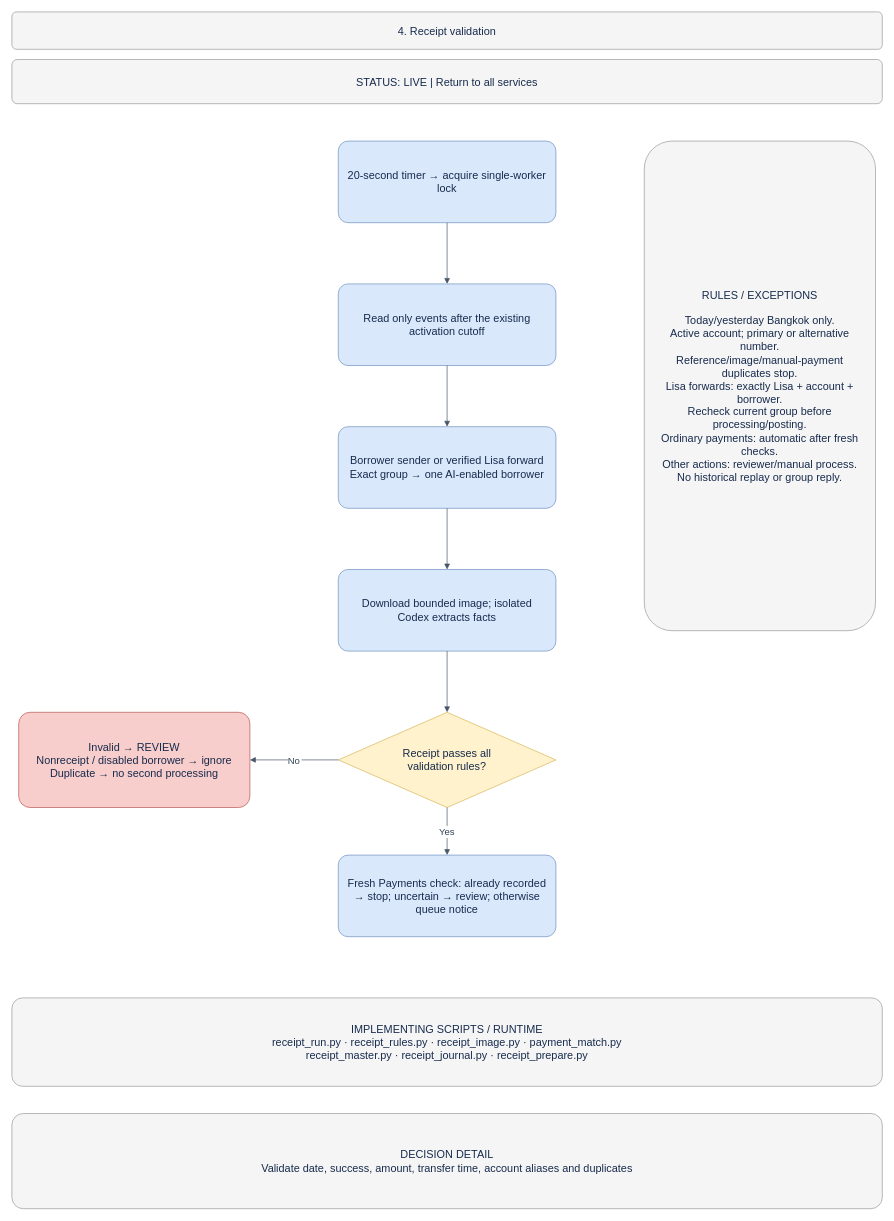
The draw.io diagram page "04 · Receipt validation" (4 of 18) of docs/BUSINESS_PROCESS.drawio in welct0407/MW-Credit-App, before the edit. Source tidied: cells renumbered, new cells numbered last; positions are measured from the earlier drawing's top-left corner, leaving out a move shared by most shapes. Both pictures are drawn from the tidied source at 68%, with x=0, y=0 at pixel (12, 12).
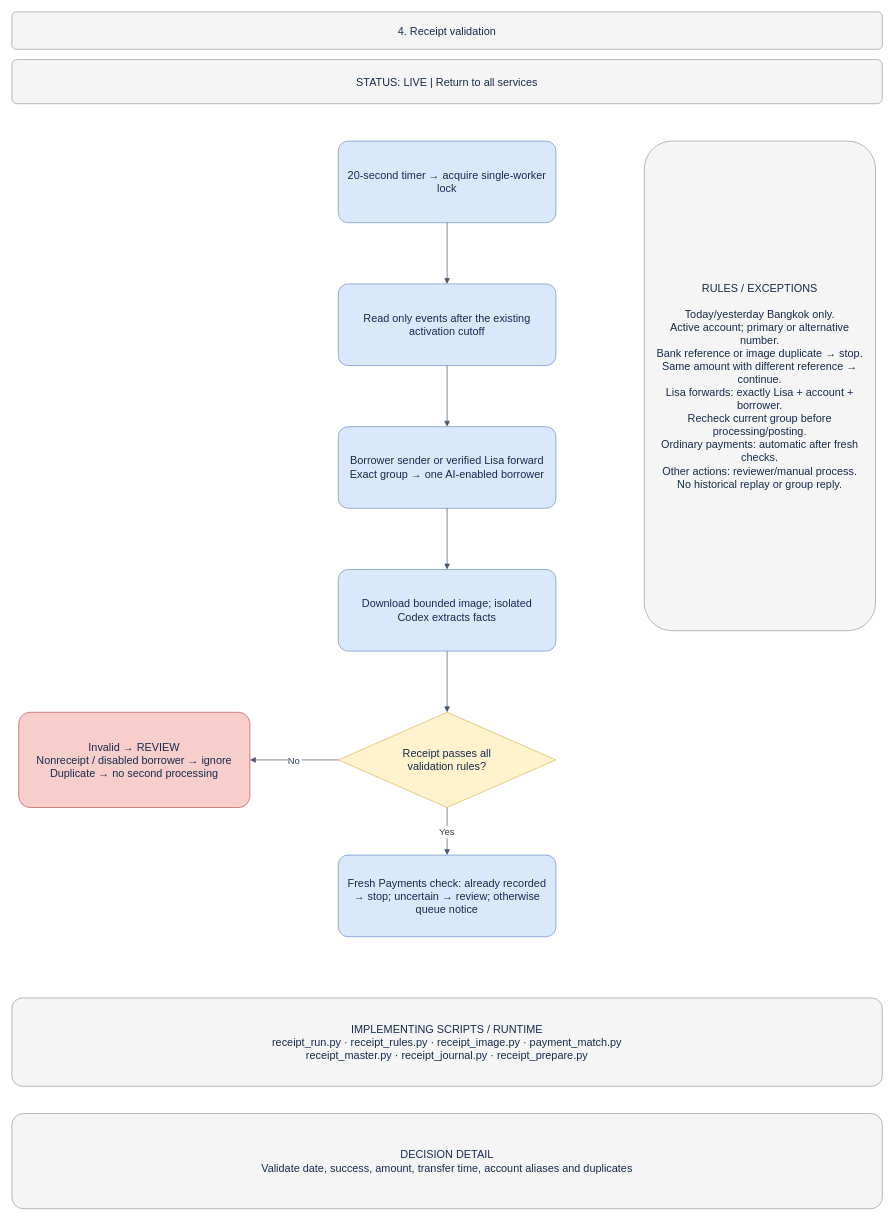
The same diagram, later.

Commit message (it also covers changes not shown here):
Match receipt payment duplicates by bank reference only

Change to the diagram source:
```diff
@@
 <mxGraphModel>
   <root>
     <mxCell id="0" />
     <mxCell id="1" parent="0" />
     <mxCell id="2" value="4. Receipt validation" style="rounded=1;arcSize=12;whiteSpace=wrap;html=0;fillColor=#f5f5f5;strokeColor=#999999;fontColor=#172b4d;fontSize=16;align=center;verticalAlign=middle;spacing=12;" parent="1" vertex="1">
       <mxGeometry width="1280" height="55" as="geometry" />
     </mxCell>
     <mxCell id="3" value="STATUS: LIVE  |  Return to all services" style="rounded=1;arcSize=12;whiteSpace=wrap;html=0;fillColor=#f5f5f5;strokeColor=#999999;fontColor=#172b4d;fontSize=16;align=center;verticalAlign=middle;spacing=12;" parent="1" vertex="1">
       <mxGeometry y="70" width="1280" height="65" as="geometry" />
     </mxCell>
     <mxCell id="4" value="20-second timer → acquire single-worker lock" style="rounded=1;arcSize=12;whiteSpace=wrap;html=0;fillColor=#dae8fc;strokeColor=#6c8ebf;fontColor=#172b4d;fontSize=16;align=center;verticalAlign=middle;spacing=12;" parent="1" vertex="1">
       <mxGeometry x="480" y="190" width="320" height="120" as="geometry" />
     </mxCell>
     <mxCell id="5" value="Read only events after the existing activation cutoff" style="rounded=1;arcSize=12;whiteSpace=wrap;html=0;fillColor=#dae8fc;strokeColor=#6c8ebf;fontColor=#172b4d;fontSize=16;align=center;verticalAlign=middle;spacing=12;" parent="1" vertex="1">
       <mxGeometry x="480" y="400" width="320" height="120" as="geometry" />
     </mxCell>
     <mxCell id="6" style="edgeStyle=orthogonalEdgeStyle;rounded=0;jettySize=auto;html=0;endArrow=block;endFill=1;strokeColor=#475569;fontColor=#334155;fontSize=14;labelBackgroundColor=#ffffff;" parent="1" edge="1" source="4" target="5">
       <mxGeometry relative="1" as="geometry" />
     </mxCell>
     <mxCell id="7" value="Borrower sender or verified Lisa forward&#10;Exact group → one AI-enabled borrower" style="rounded=1;arcSize=12;whiteSpace=wrap;html=0;fillColor=#dae8fc;strokeColor=#6c8ebf;fontColor=#172b4d;fontSize=16;align=center;verticalAlign=middle;spacing=12;" parent="1" vertex="1">
       <mxGeometry x="480" y="610" width="320" height="120" as="geometry" />
     </mxCell>
     <mxCell id="8" style="edgeStyle=orthogonalEdgeStyle;rounded=0;jettySize=auto;html=0;endArrow=block;endFill=1;strokeColor=#475569;fontColor=#334155;fontSize=14;labelBackgroundColor=#ffffff;" parent="1" edge="1" source="5" target="7">
       <mxGeometry relative="1" as="geometry" />
     </mxCell>
     <mxCell id="9" value="Download bounded image; isolated Codex extracts facts" style="rounded=1;arcSize=12;whiteSpace=wrap;html=0;fillColor=#dae8fc;strokeColor=#6c8ebf;fontColor=#172b4d;fontSize=16;align=center;verticalAlign=middle;spacing=12;" parent="1" vertex="1">
       <mxGeometry x="480" y="820" width="320" height="120" as="geometry" />
     </mxCell>
     <mxCell id="10" style="edgeStyle=orthogonalEdgeStyle;rounded=0;jettySize=auto;html=0;endArrow=block;endFill=1;strokeColor=#475569;fontColor=#334155;fontSize=14;labelBackgroundColor=#ffffff;" parent="1" edge="1" source="7" target="9">
       <mxGeometry relative="1" as="geometry" />
     </mxCell>
     <mxCell id="11" value="Receipt passes all&#10;validation rules?" style="rhombus;whiteSpace=wrap;html=0;fillColor=#fff2cc;strokeColor=#d6b656;fontColor=#172b4d;fontSize=16;align=center;verticalAlign=middle;spacing=12;" parent="1" vertex="1">
       <mxGeometry x="480" y="1030" width="320" height="140" as="geometry" />
     </mxCell>
     <mxCell id="12" style="edgeStyle=orthogonalEdgeStyle;rounded=0;jettySize=auto;html=0;endArrow=block;endFill=1;strokeColor=#475569;fontColor=#334155;fontSize=14;labelBackgroundColor=#ffffff;" parent="1" edge="1" source="9" target="11">
       <mxGeometry relative="1" as="geometry" />
     </mxCell>
     <mxCell id="13" value="Fresh Payments check: already recorded → stop; uncertain → review; otherwise queue notice" style="rounded=1;arcSize=12;whiteSpace=wrap;html=0;fillColor=#dae8fc;strokeColor=#6c8ebf;fontColor=#172b4d;fontSize=16;align=center;verticalAlign=middle;spacing=12;" parent="1" vertex="1">
       <mxGeometry x="480" y="1240" width="320" height="120" as="geometry" />
     </mxCell>
     <mxCell id="14" value="Yes" style="edgeStyle=orthogonalEdgeStyle;rounded=0;jettySize=auto;html=0;endArrow=block;endFill=1;strokeColor=#475569;fontColor=#334155;fontSize=14;labelBackgroundColor=#ffffff;" parent="1" edge="1" source="11" target="13">
       <mxGeometry relative="1" as="geometry" />
     </mxCell>
     <mxCell id="15" value="Invalid → REVIEW&#10;Nonreceipt / disabled borrower → ignore&#10;Duplicate → no second processing" style="rounded=1;arcSize=12;whiteSpace=wrap;html=0;fillColor=#f8cecc;strokeColor=#b85450;fontColor=#172b4d;fontSize=16;align=center;verticalAlign=middle;spacing=12;" parent="1" vertex="1">
       <mxGeometry x="10" y="1030" width="340" height="140" as="geometry" />
     </mxCell>
     <mxCell id="16" value="No" style="edgeStyle=orthogonalEdgeStyle;rounded=0;jettySize=auto;html=0;endArrow=block;endFill=1;strokeColor=#475569;fontColor=#334155;fontSize=14;labelBackgroundColor=#ffffff;" parent="1" edge="1" source="11" target="15">
       <mxGeometry relative="1" as="geometry" />
     </mxCell>
-    <mxCell id="17" value="RULES / EXCEPTIONS&#10;&#10;Today/yesterday Bangkok only.&#10;Active account; primary or alternative number.&#10;Reference/image/manual-payment duplicates stop.&#10;Lisa forwards: exactly Lisa + account + borrower.&#10;Recheck current group before processing/posting.&#10;Ordinary payments: automatic after fresh checks.&#10;Other actions: reviewer/manual process.&#10;No historical replay or group reply." style="rounded=1;arcSize=12;whiteSpace=wrap;html=0;fillColor=#f5f5f5;strokeColor=#999999;fontColor=#172b4d;fontSize=16;align=center;verticalAlign=middle;spacing=12;" parent="1" vertex="1">
+    <mxCell id="17" value="RULES / EXCEPTIONS&#10;&#10;Today/yesterday Bangkok only.&#10;Active account; primary or alternative number.&#10;Bank reference or image duplicate → stop.&#10;Same amount with different reference → continue.&#10;Lisa forwards: exactly Lisa + account + borrower.&#10;Recheck current group before processing/posting.&#10;Ordinary payments: automatic after fresh checks.&#10;Other actions: reviewer/manual process.&#10;No historical replay or group reply." style="rounded=1;arcSize=12;whiteSpace=wrap;html=0;fillColor=#f5f5f5;strokeColor=#999999;fontColor=#172b4d;fontSize=16;align=center;verticalAlign=middle;spacing=12;" parent="1" vertex="1">
       <mxGeometry x="930" y="190" width="340" height="720" as="geometry" />
     </mxCell>
     <mxCell id="18" value="IMPLEMENTING SCRIPTS / RUNTIME&#10;receipt_run.py · receipt_rules.py · receipt_image.py · payment_match.py&#10;receipt_master.py · receipt_journal.py · receipt_prepare.py" style="rounded=1;arcSize=12;whiteSpace=wrap;html=0;fillColor=#f5f5f5;strokeColor=#999999;fontColor=#172b4d;fontSize=16;align=center;verticalAlign=middle;spacing=12;" parent="1" vertex="1">
       <mxGeometry y="1450" width="1280" height="130" as="geometry" />
     </mxCell>
     <mxCell id="19" value="DECISION DETAIL&#10;Validate date, success, amount, transfer time, account aliases and duplicates" style="rounded=1;arcSize=12;whiteSpace=wrap;html=0;fillColor=#f5f5f5;strokeColor=#999999;fontColor=#172b4d;fontSize=16;align=center;verticalAlign=middle;spacing=12;" parent="1" vertex="1">
       <mxGeometry y="1620" width="1280" height="140" as="geometry" />
     </mxCell>
   </root>
 </mxGraphModel>
```
